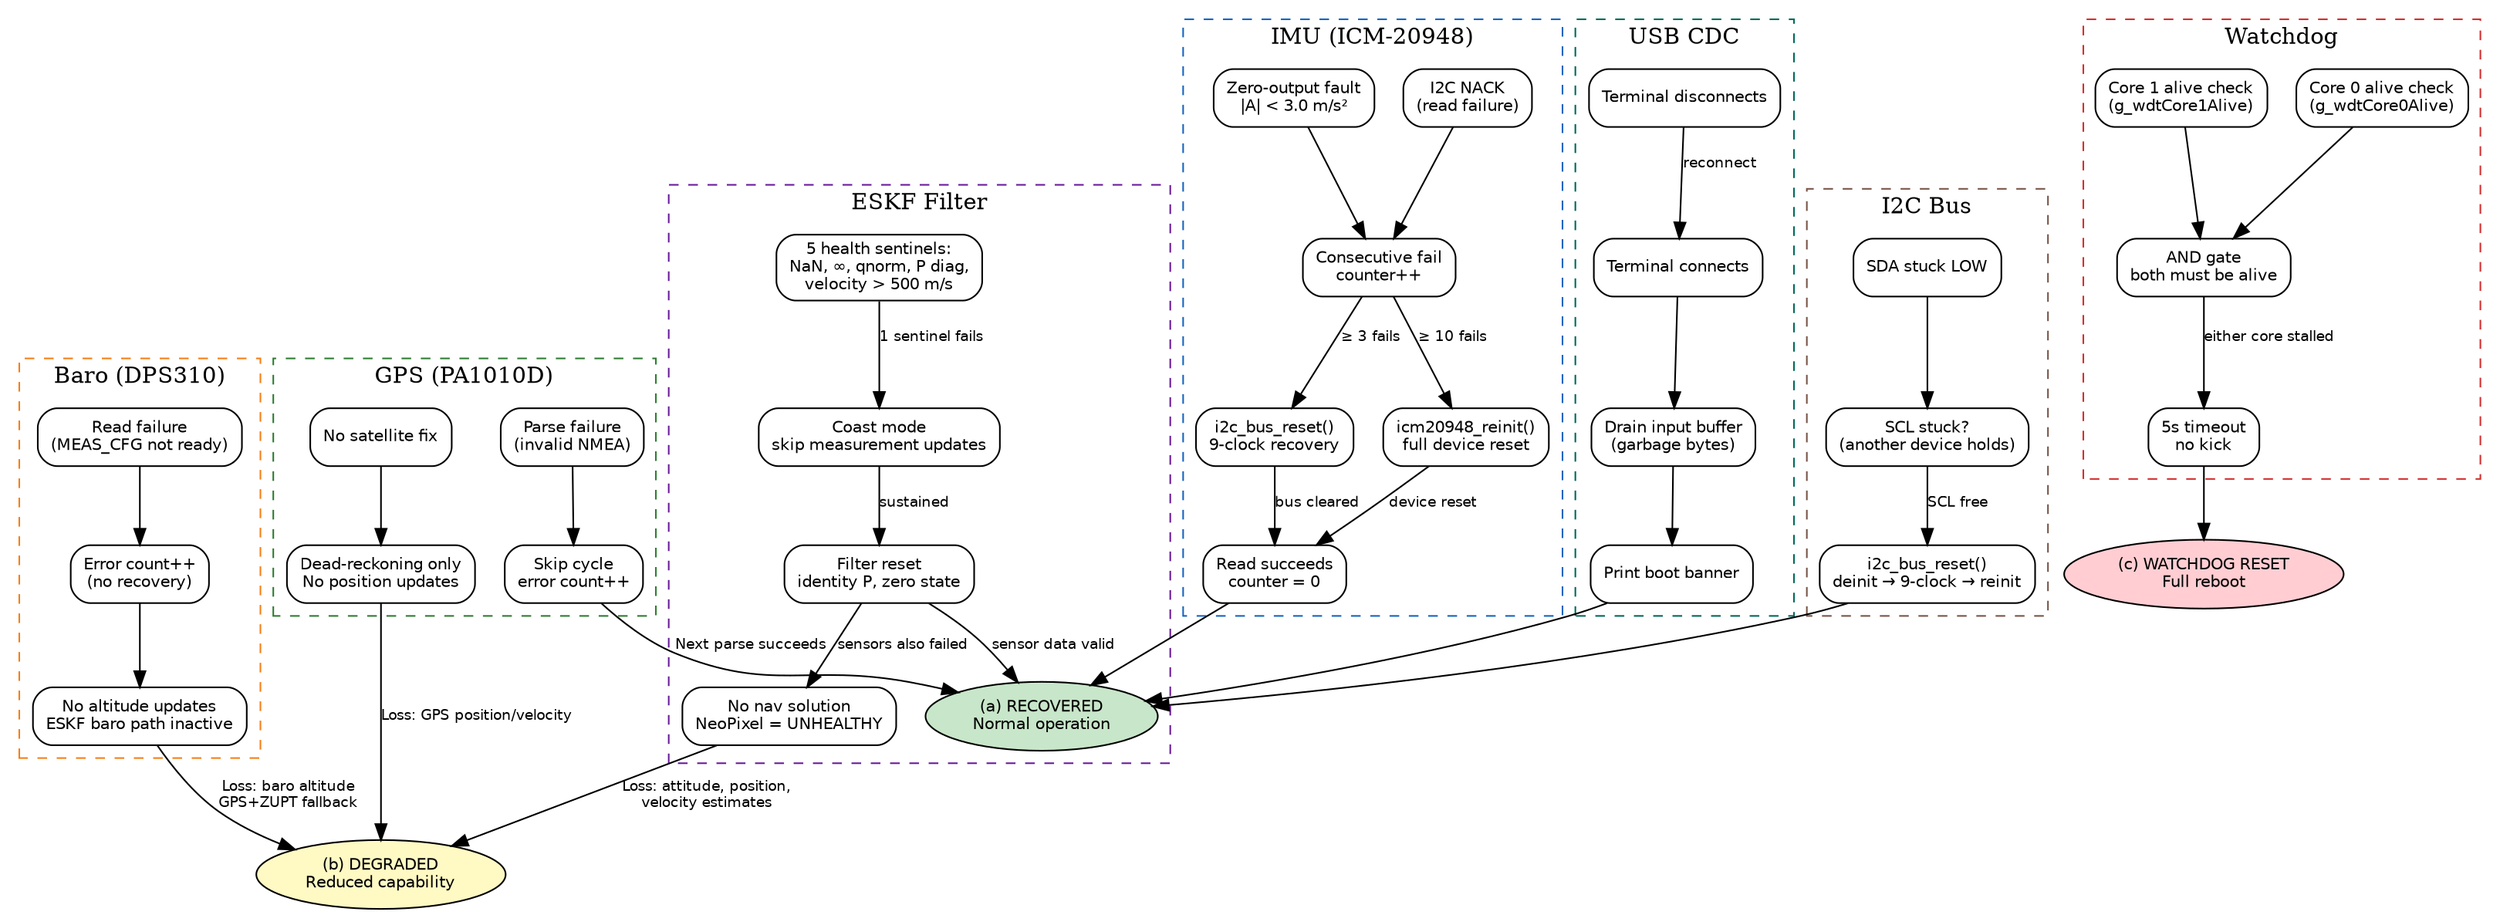
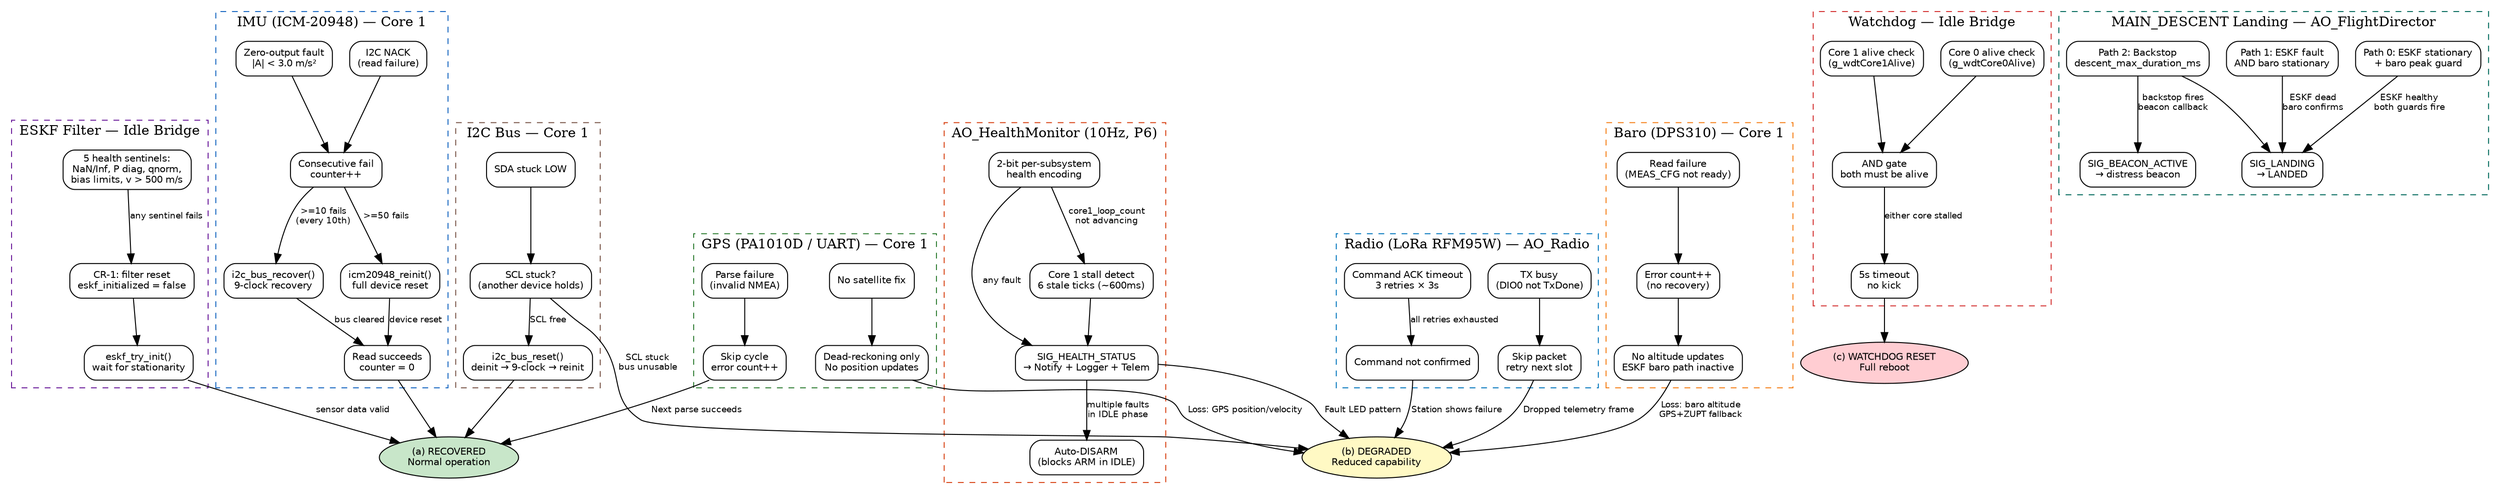
// RocketChip Error Recovery Paths
+ // Post-Stage 16A: QP/C QV Active Object architecture
// Each path terminates in: (a) Recovered, (b) Degraded, (c) Watchdog Reset
// Render: dot -Tsvg error_recovery.dot -o error_recovery.svg

digraph error_recovery {
    rankdir=TB;
    node [fontname="Helvetica", fontsize=10, shape=box, style=rounded];
    edge [fontname="Helvetica", fontsize=9];

    // Outcomes
    recovered [label="(a) RECOVERED\nNormal operation", shape=ellipse, style=filled, fillcolor="#C8E6C9"];
    degraded [label="(b) DEGRADED\nReduced capability", shape=ellipse, style=filled, fillcolor="#FFF9C4"];
    watchdog [label="(c) WATCHDOG RESET\nFull reboot", shape=ellipse, style=filled, fillcolor="#FFCDD2"];

    // IMU error path
    subgraph cluster_imu {
-         label="IMU (ICM-20948)";
+         label="IMU (ICM-20948) — Core 1";
        style=dashed;
        color="#1565C0";

        imu_nack [label="I2C NACK\n(read failure)"];
        imu_zeros [label="Zero-output fault\n|A| < 3.0 m/s²"];
        imu_consec [label="Consecutive fail\ncounter++"];
-         imu_recover [label="i2c_bus_reset()\n9-clock recovery"];
+         imu_recover [label="i2c_bus_recover()\n9-clock recovery"];
        imu_reinit [label="icm20948_reinit()\nfull device reset"];
        imu_ok [label="Read succeeds\ncounter = 0"];

        imu_nack -> imu_consec;
        imu_zeros -> imu_consec;
-         imu_consec -> imu_recover [label="≥ 3 fails"];
-         imu_consec -> imu_reinit [label="≥ 10 fails"];
+         imu_consec -> imu_recover [label=">=10 fails\n(every 10th)"];
+         imu_consec -> imu_reinit [label=">=50 fails"];
        imu_recover -> imu_ok [label="bus cleared"];
        imu_reinit -> imu_ok [label="device reset"];
    }
    imu_ok -> recovered;

    // Baro error path
    subgraph cluster_baro {
-         label="Baro (DPS310)";
+         label="Baro (DPS310) — Core 1";
        style=dashed;
        color="#F57F17";

        baro_fail [label="Read failure\n(MEAS_CFG not ready)"];
        baro_count [label="Error count++\n(no recovery)"];
        baro_degrade [label="No altitude updates\nESKF baro path inactive"];

        baro_fail -> baro_count -> baro_degrade;
    }
    baro_degrade -> degraded [label="Loss: baro altitude\nGPS+ZUPT fallback"];

    // GPS error path
    subgraph cluster_gps {
-         label="GPS (PA1010D)";
+         label="GPS (PA1010D / UART) — Core 1";
        style=dashed;
        color="#2E7D32";

        gps_parse [label="Parse failure\n(invalid NMEA)"];
        gps_nofix [label="No satellite fix"];
        gps_skip [label="Skip cycle\nerror count++"];
        gps_degrade [label="Dead-reckoning only\nNo position updates"];

        gps_parse -> gps_skip;
        gps_nofix -> gps_degrade;
    }
    gps_skip -> recovered [label="Next parse succeeds"];
    gps_degrade -> degraded [label="Loss: GPS position/velocity"];

    // ESKF error path
    subgraph cluster_eskf {
-         label="ESKF Filter";
+         label="ESKF Filter — Idle Bridge";
        style=dashed;
        color="#6A1B9A";

-         eskf_health [label="5 health sentinels:\nNaN, ∞, qnorm, P diag,\nvelocity > 500 m/s"];
-         eskf_coast [label="Coast mode\nskip measurement updates"];
-         eskf_reinit [label="Filter reset\nidentity P, zero state"];
-         eskf_degrade [label="No nav solution\nNeoPixel = UNHEALTHY"];
+         eskf_health [label="5 health sentinels:\nNaN/Inf, P diag, qnorm,\nbias limits, v > 500 m/s"];
+         eskf_reset [label="CR-1: filter reset\neskf_initialized = false"];
+         eskf_reinit [label="eskf_try_init()\nwait for stationarity"];

-         eskf_health -> eskf_coast [label="1 sentinel fails"];
-         eskf_coast -> eskf_reinit [label="sustained"];
-         eskf_reinit -> recovered [label="sensor data valid"];
-         eskf_reinit -> eskf_degrade [label="sensors also failed"];
+         eskf_health -> eskf_reset [label="any sentinel fails"];
+         eskf_reset -> eskf_reinit;
    }
-     eskf_degrade -> degraded [label="Loss: attitude, position,\nvelocity estimates"];
+     eskf_reinit -> recovered [label="sensor data valid"];
+ 
+     // Health Monitor escalation
+     subgraph cluster_health {
+         label="AO_HealthMonitor (10Hz, P6)";
+         style=dashed;
+         color="#D84315";
+ 
+         health_check [label="2-bit per-subsystem\nhealth encoding"];
+         health_fault [label="SIG_HEALTH_STATUS\n→ Notify + Logger + Telem"];
+         health_disarm [label="Auto-DISARM\n(blocks ARM in IDLE)"];
+         health_core1 [label="Core 1 stall detect\n6 stale ticks (~600ms)"];
+ 
+         health_check -> health_fault [label="any fault"];
+         health_fault -> health_disarm [label="multiple faults\nin IDLE phase"];
+         health_check -> health_core1 [label="core1_loop_count\nnot advancing"];
+         health_core1 -> health_fault;
+     }
+     health_fault -> degraded [label="Fault LED pattern"];
+ 
+     // Flight Director landing detection
+     subgraph cluster_landing {
+         label="MAIN_DESCENT Landing — AO_FlightDirector";
+         style=dashed;
+         color="#00695C";
+ 
+         fd_primary [label="Path 0: ESKF stationary\n+ baro peak guard"];
+         fd_conj [label="Path 1: ESKF fault\nAND baro stationary"];
+         fd_backstop [label="Path 2: Backstop\ndescent_max_duration_ms"];
+         fd_landed [label="SIG_LANDING\n→ LANDED"];
+         fd_beacon [label="SIG_BEACON_ACTIVE\n→ distress beacon"];
+ 
+         fd_primary -> fd_landed [label="ESKF healthy\nboth guards fire"];
+         fd_conj -> fd_landed [label="ESKF dead\nbaro confirms"];
+         fd_backstop -> fd_landed;
+         fd_backstop -> fd_beacon [label="backstop fires\nbeacon callback"];
+     }

    // Watchdog path
    subgraph cluster_wdt {
-         label="Watchdog";
+         label="Watchdog — Idle Bridge";
        style=dashed;
        color="#D32F2F";

        wdt_c0 [label="Core 0 alive check\n(g_wdtCore0Alive)"];
        wdt_c1 [label="Core 1 alive check\n(g_wdtCore1Alive)"];
        wdt_and [label="AND gate\nboth must be alive"];
        wdt_timeout [label="5s timeout\nno kick"];

        wdt_c0 -> wdt_and;
        wdt_c1 -> wdt_and;
        wdt_and -> wdt_timeout [label="either core stalled"];
    }
    wdt_timeout -> watchdog;

-     // USB path
-     subgraph cluster_usb {
-         label="USB CDC";
-         style=dashed;
-         color="#00695C";
- 
-         usb_disconnect [label="Terminal disconnects"];
-         usb_connect [label="Terminal connects"];
-         usb_drain [label="Drain input buffer\n(garbage bytes)"];
-         usb_banner [label="Print boot banner"];
- 
-         usb_disconnect -> usb_connect [label="reconnect"];
-         usb_connect -> usb_drain -> usb_banner;
-     }
-     usb_banner -> recovered;
- 
    // I2C bus recovery
    subgraph cluster_i2c {
-         label="I2C Bus";
+         label="I2C Bus — Core 1";
        style=dashed;
        color="#795548";

        i2c_stuck [label="SDA stuck LOW"];
        i2c_recover [label="i2c_bus_reset()\ndeinit → 9-clock → reinit"];
        i2c_scl_check [label="SCL stuck?\n(another device holds)"];

        i2c_stuck -> i2c_scl_check;
        i2c_scl_check -> i2c_recover [label="SCL free"];
    }
    i2c_recover -> recovered;
+     i2c_scl_check -> degraded [label="SCL stuck\nbus unusable"];
+ 
+     // Radio
+     subgraph cluster_radio {
+         label="Radio (LoRa RFM95W) — AO_Radio";
+         style=dashed;
+         color="#0277BD";
+ 
+         radio_busy [label="TX busy\n(DIO0 not TxDone)"];
+         radio_skip [label="Skip packet\nretry next slot"];
+         radio_ack [label="Command ACK timeout\n3 retries × 3s"];
+         radio_fail [label="Command not confirmed"];
+ 
+         radio_busy -> radio_skip;
+         radio_ack -> radio_fail [label="all retries exhausted"];
+     }
+     radio_skip -> degraded [label="Dropped telemetry frame"];
+     radio_fail -> degraded [label="Station shows failure"];
}
